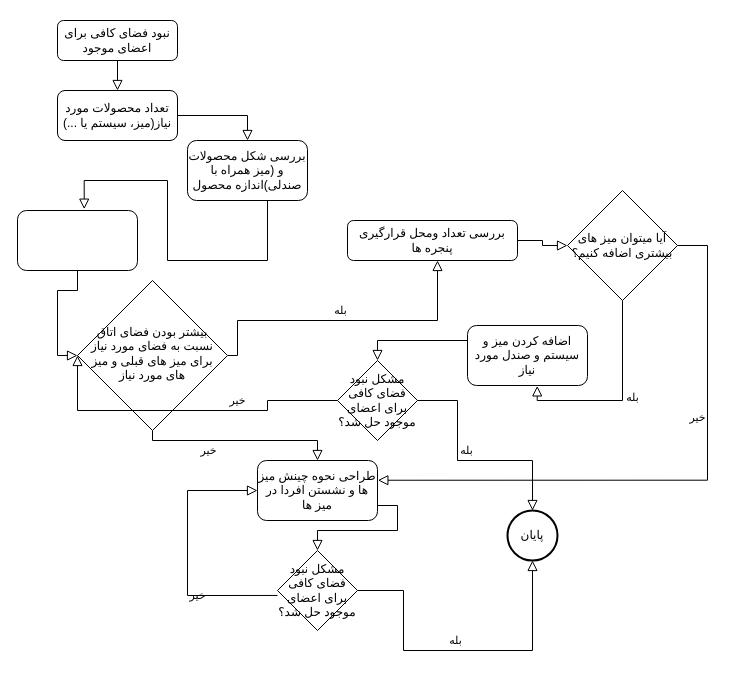
Earlier version of the draw.io diagram Untitled Diagram.drawio (ArMo-Team/ArmontA-Tab). Source tidied: cells renumbered, new cells numbered last; positions are measured from the earlier drawing's top-left corner, leaving out a move shared by most shapes. Both pictures are drawn from the tidied source at 100%, with x=0, y=0 at pixel (17, 20).
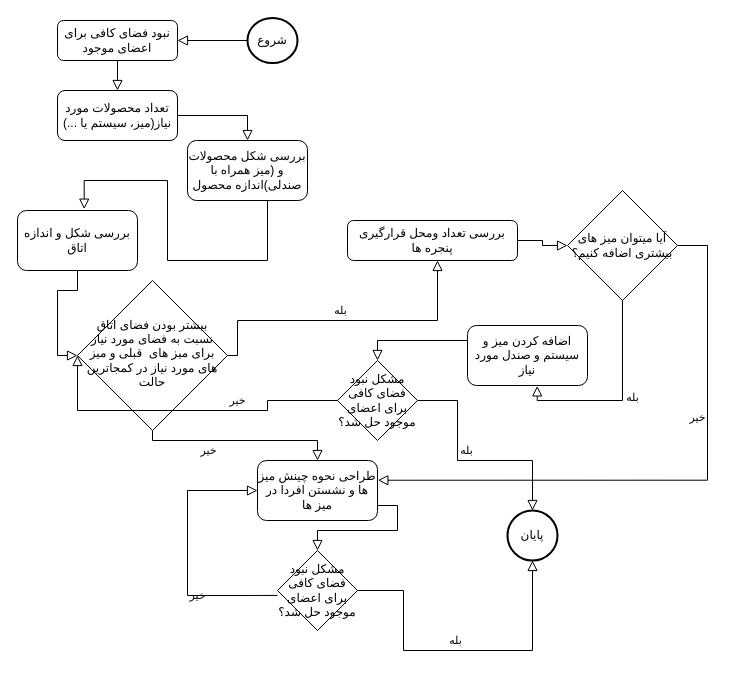
Above is the later version.

The change refers to these unchanged cells:
```xml
<mxCell id="3" value="نبود فضای کافی برای اعضای موجود" style="rounded=1;whiteSpace=wrap;html=1;fontSize=12;glass=0;strokeWidth=1;shadow=0;" parent="1" vertex="1">
  <mxGeometry x="40" width="120" height="40" as="geometry" />
</mxCell>
```

The edit, as a diff of the source:
```diff
@@
-    <mxCell id="6" value="بیشتر بودن فضای اتاق نسبت به فضای مورد نیاز برای میز های قبلی و میز های مورد نیاز" style="rhombus;whiteSpace=wrap;html=1;shadow=0;fontFamily=Helvetica;fontSize=12;align=center;strokeWidth=1;spacing=6;spacingTop=-4;" parent="1" vertex="1">
+    <mxCell id="6" value="&lt;div style=&quot;&quot;&gt;&lt;span style=&quot;background-color: initial;&quot;&gt;بیشتر بودن فضای اتاق نسبت به فضای مورد نیاز برای میز های&amp;nbsp; قبلی و میز های مورد نیاز در کمجاترین حالت&lt;/span&gt;&lt;/div&gt;" style="rhombus;whiteSpace=wrap;html=1;shadow=0;fontFamily=Helvetica;fontSize=12;align=center;strokeWidth=1;spacing=6;spacingTop=-4;" parent="1" vertex="1">
       <mxGeometry x="60" y="260" width="150" height="150" as="geometry" />
     </mxCell>
@@
-    <mxCell id="14" style="rounded=1;whiteSpace=wrap;html=1;" parent="1" vertex="1">
+    <mxCell id="14" value="بررسی شکل و اندازه اتاق" style="rounded=1;whiteSpace=wrap;html=1;" parent="1" vertex="1">
       <mxGeometry y="190" width="120" height="60" as="geometry" />
     </mxCell>
@@
+    <mxCell id="30" value="شروع" style="ellipse;whiteSpace=wrap;html=1;strokeWidth=2;" parent="1" vertex="1">
+      <mxGeometry x="230" y="-2.5" width="50" height="45" as="geometry" />
+    </mxCell>
+    <mxCell id="31" style="rounded=0;html=1;jettySize=auto;fontSize=11;endArrow=block;endFill=0;endSize=8;strokeWidth=1;shadow=0;labelBackgroundColor=none;edgeStyle=orthogonalEdgeStyle;entryX=1;entryY=0.5;entryDx=0;entryDy=0;exitX=0;exitY=0.5;exitDx=0;exitDy=0;" parent="1" edge="1" source="30" target="3">
+      <mxGeometry relative="1" as="geometry" />
+    </mxCell>
```
